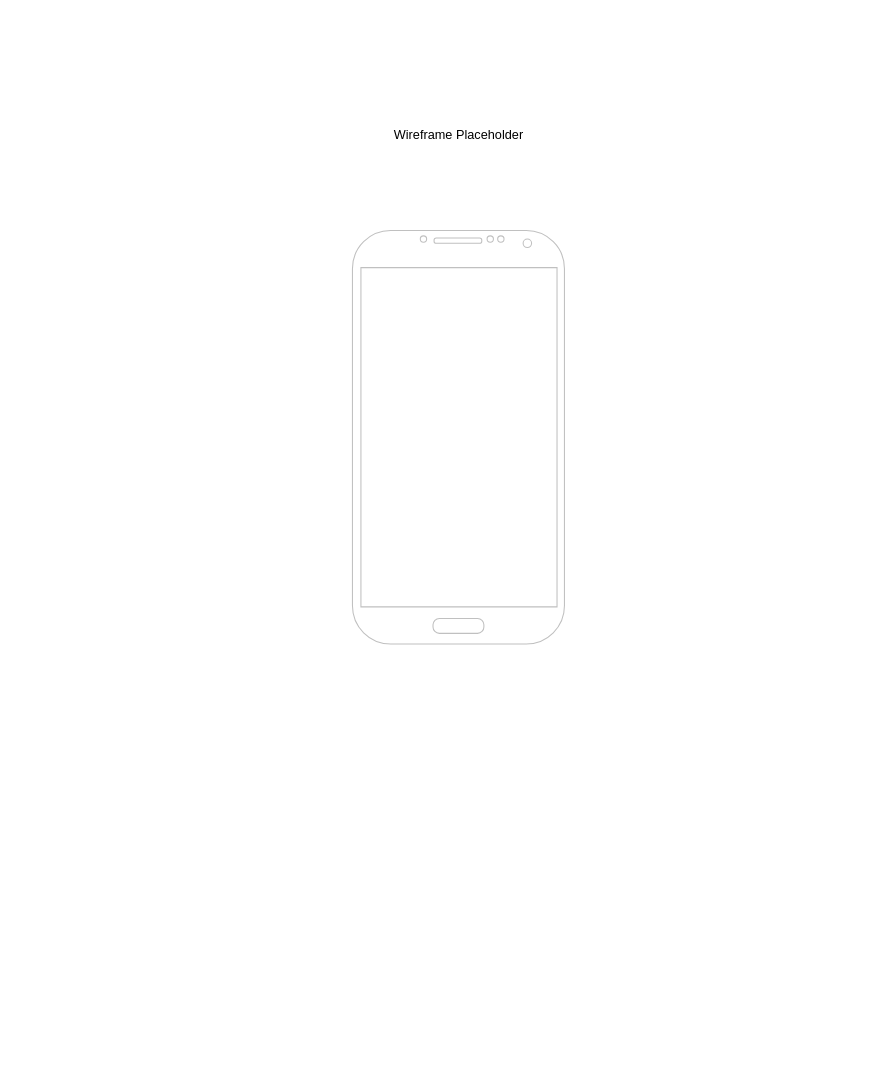
sound-doodle/sound-doodle.github.io keeps this draw.io diagram as docs/work/wireframe.drawio. Above is the earlier version. Source tidied: cells renumbered, new cells numbered last; positions are measured from the earlier drawing's top-left corner, leaving out a move shared by most shapes. Both pictures are drawn from the tidied source at 106%, with x=0, y=0 at pixel (352, 124).
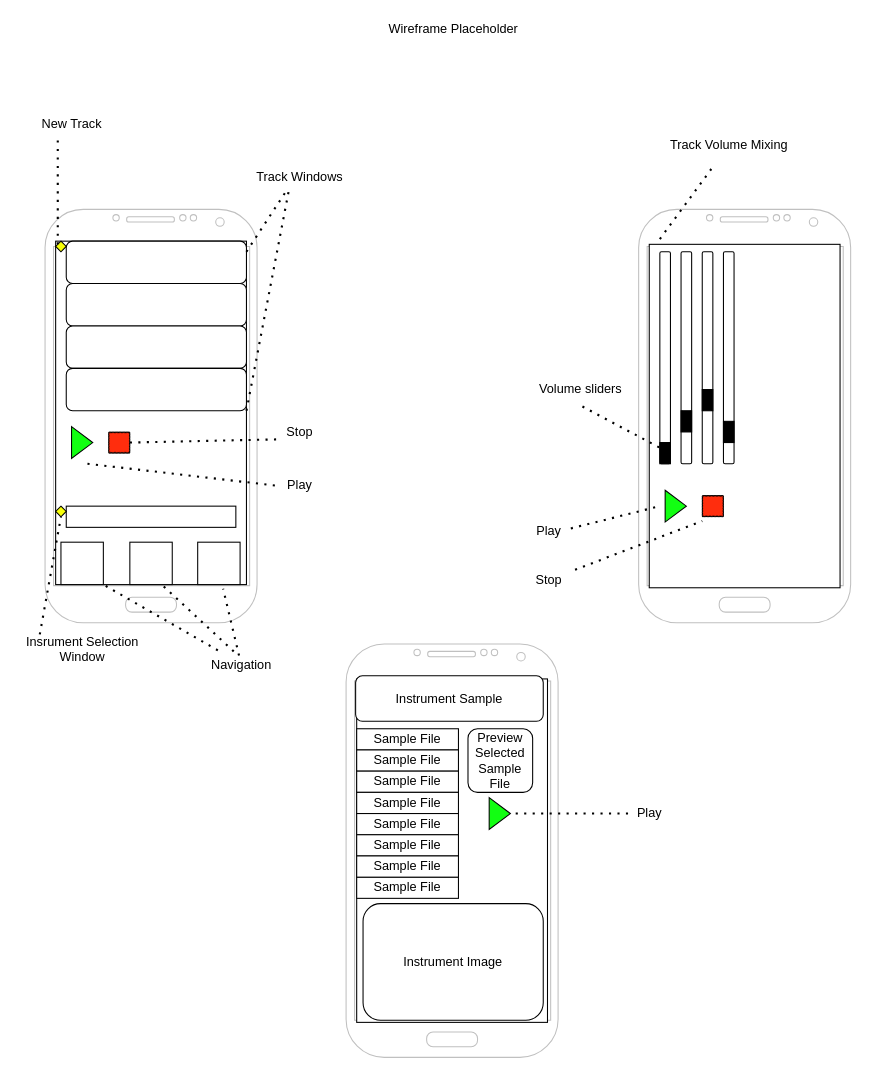
The same diagram, later.

Commit message (it also covers changes not shown here):
Updated wireframe, png, and pdf. Updated wireframe links.

What changed in the source:
```diff
@@
     <mxCell id="2" style="verticalLabelPosition=bottom;verticalAlign=top;html=1;shadow=0;dashed=0;strokeWidth=1;shape=mxgraph.android.phone2;strokeColor=#c0c0c0;" parent="1" vertex="1">
-      <mxGeometry y="100" width="200" height="390" as="geometry" />
+      <mxGeometry x="-290" y="80" width="200" height="390" as="geometry" />
     </mxCell>
     <mxCell id="3" value="Wireframe Placeholder" style="text;html=1;align=center;verticalAlign=middle;strokeColor=none;" parent="1" vertex="1">
-      <mxGeometry x="30" width="140" height="20" as="geometry" />
+      <mxGeometry x="25" y="-100" width="140" height="20" as="geometry" />
     </mxCell>
+    <mxCell id="4" style="verticalLabelPosition=bottom;verticalAlign=top;html=1;shadow=0;dashed=0;strokeWidth=1;shape=mxgraph.android.phone2;strokeColor=#c0c0c0;" parent="1" vertex="1">
+      <mxGeometry x="270" y="80" width="200" height="390" as="geometry" />
+    </mxCell>
+    <mxCell id="5" style="rounded=0;whiteSpace=wrap;html=1;" parent="1" vertex="1">
+      <mxGeometry x="-280" y="110" width="180" height="324" as="geometry" />
+    </mxCell>
+    <mxCell id="6" style="rounded=0;whiteSpace=wrap;html=1;" parent="1" vertex="1">
+      <mxGeometry x="280" y="113" width="180" height="324" as="geometry" />
+    </mxCell>
+    <mxCell id="7" style="rounded=1;whiteSpace=wrap;html=1;" parent="1" vertex="1">
+      <mxGeometry x="-270" y="110" width="170" height="40" as="geometry" />
+    </mxCell>
+    <mxCell id="8" style="rounded=1;whiteSpace=wrap;html=1;" parent="1" vertex="1">
+      <mxGeometry x="-270" y="150" width="170" height="40" as="geometry" />
+    </mxCell>
+    <mxCell id="9" style="rounded=1;whiteSpace=wrap;html=1;" parent="1" vertex="1">
+      <mxGeometry x="-270" y="190" width="170" height="40" as="geometry" />
+    </mxCell>
+    <mxCell id="10" style="rounded=1;whiteSpace=wrap;html=1;" parent="1" vertex="1">
+      <mxGeometry x="-270" y="230" width="170" height="40" as="geometry" />
+    </mxCell>
+    <mxCell id="11" style="rhombus;whiteSpace=wrap;html=1;fillColor=#F7FF08;" parent="1" vertex="1">
+      <mxGeometry x="-280" y="110" width="10" height="10" as="geometry" />
+    </mxCell>
+    <mxCell id="12" style="verticalLabelPosition=bottom;verticalAlign=top;html=1;shape=mxgraph.basic.acute_triangle;dx=0.5;fillColor=#12FF12;rotation=90;" parent="1" vertex="1">
+      <mxGeometry x="-270" y="290" width="30" height="20" as="geometry" />
+    </mxCell>
+    <mxCell id="13" style="whiteSpace=wrap;html=1;shape=mxgraph.basic.cloud_rect;fillColor=#FF2D0D;" parent="1" vertex="1">
+      <mxGeometry x="-230" y="290" width="20" height="20" as="geometry" />
+    </mxCell>
+    <mxCell id="14" style="rounded=0;whiteSpace=wrap;html=1;fillColor=#FFFFFF;" parent="1" vertex="1">
+      <mxGeometry x="-270" y="360" width="160" height="20" as="geometry" />
+    </mxCell>
+    <mxCell id="15" style="whiteSpace=wrap;html=1;fillColor=#FFFFFF;" parent="1" vertex="1">
+      <mxGeometry x="-275" y="394" width="40" height="40" as="geometry" />
+    </mxCell>
+    <mxCell id="16" style="whiteSpace=wrap;html=1;fillColor=#FFFFFF;" parent="1" vertex="1">
+      <mxGeometry x="-146" y="394" width="40" height="40" as="geometry" />
+    </mxCell>
+    <mxCell id="17" style="whiteSpace=wrap;html=1;fillColor=#FFFFFF;" parent="1" vertex="1">
+      <mxGeometry x="-210" y="394" width="40" height="40" as="geometry" />
+    </mxCell>
+    <mxCell id="18" value="New Track" style="text;html=1;align=center;verticalAlign=middle;strokeColor=none;" parent="1" vertex="1">
+      <mxGeometry x="-300" y="-10" width="70" height="20" as="geometry" />
+    </mxCell>
+    <mxCell id="19" value="Track Windows" style="text;html=1;align=center;verticalAlign=middle;points=[];strokeColor=none;" parent="1" vertex="1">
+      <mxGeometry x="-100" y="40" width="100" height="20" as="geometry" />
+    </mxCell>
+    <mxCell id="20" value="Play" style="text;html=1;align=center;verticalAlign=middle;points=[];strokeColor=none;" parent="1" vertex="1">
+      <mxGeometry x="-70" y="330" width="40" height="20" as="geometry" />
+    </mxCell>
+    <mxCell id="21" value="Stop" style="text;html=1;align=center;verticalAlign=middle;points=[];strokeColor=none;" parent="1" vertex="1">
+      <mxGeometry x="-70" y="280" width="40" height="20" as="geometry" />
+    </mxCell>
+    <mxCell id="22" style="endArrow=none;dashed=1;html=1;dashPattern=1 3;strokeWidth=2;entryX=-0.025;entryY=0.85;entryDx=0;entryDy=0;entryPerimeter=0;" parent="1" edge="1" target="21">
+      <mxGeometry relative="1" as="geometry">
+        <mxPoint x="-210" y="300" as="sourcePoint" />
+      </mxGeometry>
+    </mxCell>
+    <mxCell id="23" style="endArrow=none;dashed=1;html=1;dashPattern=1 3;strokeWidth=2;entryX=0.025;entryY=0.55;entryDx=0;entryDy=0;entryPerimeter=0;" parent="1" edge="1" target="20">
+      <mxGeometry relative="1" as="geometry">
+        <mxPoint x="-250" y="320" as="sourcePoint" />
+      </mxGeometry>
+    </mxCell>
+    <mxCell id="24" style="rhombus;whiteSpace=wrap;html=1;fillColor=#F7FF08;" parent="1" vertex="1">
+      <mxGeometry x="-280" y="360" width="10" height="10" as="geometry" />
+    </mxCell>
+    <mxCell id="25" value="Insrument Selection&lt;br&gt;Window" style="text;html=1;align=center;verticalAlign=middle;points=[];strokeColor=none;" parent="1" vertex="1">
+      <mxGeometry x="-315" y="480" width="120" height="30" as="geometry" />
+    </mxCell>
+    <mxCell id="26" style="endArrow=none;dashed=1;html=1;dashPattern=1 3;strokeWidth=2;exitX=0.167;exitY=0.033;exitDx=0;exitDy=0;exitPerimeter=0;" parent="1" edge="1" source="25">
+      <mxGeometry relative="1" as="geometry">
+        <mxPoint x="-275" y="370" as="targetPoint" />
+      </mxGeometry>
+    </mxCell>
+    <mxCell id="27" value="Navigation" style="text;html=1;align=center;verticalAlign=middle;points=[];strokeColor=none;" parent="1" vertex="1">
+      <mxGeometry x="-140" y="500" width="70" height="20" as="geometry" />
+    </mxCell>
+    <mxCell id="28" style="endArrow=none;dashed=1;html=1;dashPattern=1 3;strokeWidth=2;entryX=0.25;entryY=1;entryDx=0;entryDy=0;exitX=0.186;exitY=-0.2;exitDx=0;exitDy=0;exitPerimeter=0;" parent="1" edge="1" source="27" target="5">
+      <mxGeometry relative="1" as="geometry" />
+    </mxCell>
+    <mxCell id="29" style="endArrow=none;dashed=1;html=1;dashPattern=1 3;strokeWidth=2;entryX=0.75;entryY=1;entryDx=0;entryDy=0;exitX=0.4;exitY=-0.15;exitDx=0;exitDy=0;exitPerimeter=0;" parent="1" edge="1" source="27" target="17">
+      <mxGeometry relative="1" as="geometry" />
+    </mxCell>
+    <mxCell id="30" style="endArrow=none;dashed=1;html=1;dashPattern=1 3;strokeWidth=2;entryX=0.84;entryY=0.918;entryDx=0;entryDy=0;exitX=0.186;exitY=-0.2;exitDx=0;exitDy=0;exitPerimeter=0;entryPerimeter=0;" parent="1" edge="1" target="2">
+      <mxGeometry relative="1" as="geometry">
+        <mxPoint x="-107" y="501" as="sourcePoint" />
+      </mxGeometry>
+    </mxCell>
+    <mxCell id="31" style="endArrow=none;dashed=1;html=1;dashPattern=1 3;strokeWidth=2;exitX=0.167;exitY=0.033;exitDx=0;exitDy=0;exitPerimeter=0;" parent="1" edge="1">
+      <mxGeometry relative="1" as="geometry">
+        <mxPoint x="-100" y="270" as="sourcePoint" />
+        <mxPoint x="-60" y="62" as="targetPoint" />
+      </mxGeometry>
+    </mxCell>
+    <mxCell id="32" style="endArrow=none;dashed=1;html=1;dashPattern=1 3;strokeWidth=2;exitX=1;exitY=0.25;exitDx=0;exitDy=0;entryX=0.38;entryY=1.1;entryDx=0;entryDy=0;entryPerimeter=0;" parent="1" edge="1" source="7" target="19">
+      <mxGeometry relative="1" as="geometry" />
+    </mxCell>
+    <mxCell id="33" style="endArrow=none;dashed=1;html=1;dashPattern=1 3;strokeWidth=2;exitX=1;exitY=0.25;exitDx=0;exitDy=0;" parent="1" edge="1">
+      <mxGeometry relative="1" as="geometry">
+        <mxPoint x="-278" y="113" as="sourcePoint" />
+        <mxPoint x="-278" y="15" as="targetPoint" />
+      </mxGeometry>
+    </mxCell>
+    <mxCell id="34" style="rounded=1;whiteSpace=wrap;html=1;fillColor=#FFFFFF;" parent="1" vertex="1">
+      <mxGeometry x="290" y="120" width="10" height="200" as="geometry" />
+    </mxCell>
+    <mxCell id="35" style="rounded=1;whiteSpace=wrap;html=1;fillColor=#FFFFFF;" parent="1" vertex="1">
+      <mxGeometry x="310" y="120" width="10" height="200" as="geometry" />
+    </mxCell>
+    <mxCell id="36" style="rounded=1;whiteSpace=wrap;html=1;fillColor=#FFFFFF;" parent="1" vertex="1">
+      <mxGeometry x="330" y="120" width="10" height="200" as="geometry" />
+    </mxCell>
+    <mxCell id="37" style="rounded=1;whiteSpace=wrap;html=1;fillColor=#FFFFFF;" parent="1" vertex="1">
+      <mxGeometry x="350" y="120" width="10" height="200" as="geometry" />
+    </mxCell>
+    <mxCell id="38" value="Track Volume Mixing" style="text;html=1;align=center;verticalAlign=middle;strokeColor=none;" parent="1" vertex="1">
+      <mxGeometry x="290" y="10" width="130" height="20" as="geometry" />
+    </mxCell>
+    <mxCell id="39" style="endArrow=none;dashed=1;html=1;dashPattern=1 3;strokeWidth=2;exitX=1;exitY=0.25;exitDx=0;exitDy=0;" parent="1" edge="1">
+      <mxGeometry relative="1" as="geometry">
+        <mxPoint x="290" y="108" as="sourcePoint" />
+        <mxPoint x="340" y="40" as="targetPoint" />
+      </mxGeometry>
+    </mxCell>
+    <mxCell id="40" style="shape=process;whiteSpace=wrap;html=1;backgroundOutline=1;fillColor=#000000;" parent="1" vertex="1">
+      <mxGeometry x="290" y="300" width="10" height="20" as="geometry" />
+    </mxCell>
+    <mxCell id="41" style="shape=process;whiteSpace=wrap;html=1;backgroundOutline=1;fillColor=#000000;" parent="1" vertex="1">
+      <mxGeometry x="310" y="270" width="10" height="20" as="geometry" />
+    </mxCell>
+    <mxCell id="42" style="shape=process;whiteSpace=wrap;html=1;backgroundOutline=1;fillColor=#000000;" parent="1" vertex="1">
+      <mxGeometry x="350" y="280" width="10" height="20" as="geometry" />
+    </mxCell>
+    <mxCell id="43" style="shape=process;whiteSpace=wrap;html=1;backgroundOutline=1;fillColor=#000000;" parent="1" vertex="1">
+      <mxGeometry x="330" y="250" width="10" height="20" as="geometry" />
+    </mxCell>
+    <mxCell id="44" value="Volume sliders" style="text;html=1;align=center;verticalAlign=middle;points=[];strokeColor=none;" parent="1" vertex="1">
+      <mxGeometry x="170" y="240" width="90" height="20" as="geometry" />
+    </mxCell>
+    <mxCell id="45" style="endArrow=none;dashed=1;html=1;dashPattern=1 3;strokeWidth=2;exitX=0.522;exitY=1.3;exitDx=0;exitDy=0;exitPerimeter=0;entryX=0.2;entryY=0.93;entryDx=0;entryDy=0;entryPerimeter=0;" parent="1" edge="1" source="44" target="34">
+      <mxGeometry relative="1" as="geometry" />
+    </mxCell>
+    <mxCell id="46" style="verticalLabelPosition=bottom;verticalAlign=top;html=1;shadow=0;dashed=0;strokeWidth=1;shape=mxgraph.android.phone2;strokeColor=#c0c0c0;" parent="1" vertex="1">
+      <mxGeometry x="-6" y="490" width="200" height="390" as="geometry" />
+    </mxCell>
+    <mxCell id="47" style="rounded=0;whiteSpace=wrap;html=1;" parent="1" vertex="1">
+      <mxGeometry x="4" y="523" width="180" height="324" as="geometry" />
+    </mxCell>
+    <mxCell id="48" value="Sample File" style="rounded=0;whiteSpace=wrap;html=1;fillColor=#FFFFFF;" parent="1" vertex="1">
+      <mxGeometry x="4" y="710" width="96" height="20" as="geometry" />
+    </mxCell>
+    <mxCell id="49" value="Sample File" style="rounded=0;whiteSpace=wrap;html=1;fillColor=#FFFFFF;" parent="1" vertex="1">
+      <mxGeometry x="4" y="570" width="96" height="20" as="geometry" />
+    </mxCell>
+    <mxCell id="50" value="Sample File" style="rounded=0;whiteSpace=wrap;html=1;fillColor=#FFFFFF;" parent="1" vertex="1">
+      <mxGeometry x="4" y="590" width="96" height="20" as="geometry" />
+    </mxCell>
+    <mxCell id="51" value="Sample File" style="rounded=0;whiteSpace=wrap;html=1;fillColor=#FFFFFF;" parent="1" vertex="1">
+      <mxGeometry x="4" y="610" width="96" height="20" as="geometry" />
+    </mxCell>
+    <mxCell id="52" value="Sample File" style="rounded=0;whiteSpace=wrap;html=1;fillColor=#FFFFFF;" parent="1" vertex="1">
+      <mxGeometry x="4" y="630" width="96" height="20" as="geometry" />
+    </mxCell>
+    <mxCell id="53" value="Sample File" style="rounded=0;whiteSpace=wrap;html=1;fillColor=#FFFFFF;" parent="1" vertex="1">
+      <mxGeometry x="4" y="650" width="96" height="20" as="geometry" />
+    </mxCell>
+    <mxCell id="54" value="Sample File" style="rounded=0;whiteSpace=wrap;html=1;fillColor=#FFFFFF;" parent="1" vertex="1">
+      <mxGeometry x="4" y="670" width="96" height="20" as="geometry" />
+    </mxCell>
+    <mxCell id="55" value="Sample File" style="rounded=0;whiteSpace=wrap;html=1;fillColor=#FFFFFF;" parent="1" vertex="1">
+      <mxGeometry x="4" y="690" width="96" height="20" as="geometry" />
+    </mxCell>
+    <mxCell id="56" value="Instrument Sample" style="rounded=1;whiteSpace=wrap;html=1;fillColor=#FFFFFF;" parent="1" vertex="1">
+      <mxGeometry x="3" y="520" width="177" height="43" as="geometry" />
+    </mxCell>
+    <mxCell id="57" value="Instrument Image" style="rounded=1;whiteSpace=wrap;html=1;fillColor=#FFFFFF;" parent="1" vertex="1">
+      <mxGeometry x="10" y="735" width="170" height="110" as="geometry" />
+    </mxCell>
+    <mxCell id="58" value="Preview&lt;br&gt;Selected&lt;br&gt;Sample&lt;br&gt;File" style="rounded=1;whiteSpace=wrap;html=1;fillColor=#FFFFFF;" parent="1" vertex="1">
+      <mxGeometry x="109" y="570" width="61" height="60" as="geometry" />
+    </mxCell>
+    <mxCell id="59" style="verticalLabelPosition=bottom;verticalAlign=top;html=1;shape=mxgraph.basic.acute_triangle;dx=0.5;fillColor=#12FF12;rotation=90;" parent="1" vertex="1">
+      <mxGeometry x="124" y="640" width="30" height="20" as="geometry" />
+    </mxCell>
+    <mxCell id="60" style="verticalLabelPosition=bottom;verticalAlign=top;html=1;shape=mxgraph.basic.acute_triangle;dx=0.5;fillColor=#12FF12;rotation=90;" parent="1" vertex="1">
+      <mxGeometry x="290" y="350" width="30" height="20" as="geometry" />
+    </mxCell>
+    <mxCell id="61" style="whiteSpace=wrap;html=1;shape=mxgraph.basic.cloud_rect;fillColor=#FF2D0D;" parent="1" vertex="1">
+      <mxGeometry x="330" y="350" width="20" height="20" as="geometry" />
+    </mxCell>
+    <mxCell id="62" value="Play" style="text;html=1;align=center;verticalAlign=middle;points=[];strokeColor=none;" parent="1" vertex="1">
+      <mxGeometry x="260" y="640" width="40" height="20" as="geometry" />
+    </mxCell>
+    <mxCell id="63" style="endArrow=none;dashed=1;html=1;dashPattern=1 3;strokeWidth=2;" parent="1" edge="1" target="62">
+      <mxGeometry relative="1" as="geometry">
+        <mxPoint x="154" y="650" as="sourcePoint" />
+      </mxGeometry>
+    </mxCell>
+    <mxCell id="64" value="Play" style="text;html=1;align=center;verticalAlign=middle;points=[];strokeColor=none;" parent="1" vertex="1">
+      <mxGeometry x="165" y="374" width="40" height="20" as="geometry" />
+    </mxCell>
+    <mxCell id="65" value="Stop" style="text;html=1;align=center;verticalAlign=middle;points=[];strokeColor=none;" parent="1" vertex="1">
+      <mxGeometry x="165" y="420" width="40" height="20" as="geometry" />
+    </mxCell>
+    <mxCell id="66" style="endArrow=none;dashed=1;html=1;dashPattern=1 3;strokeWidth=2;exitX=1.025;exitY=0.35;exitDx=0;exitDy=0;exitPerimeter=0;" parent="1" edge="1" source="64">
+      <mxGeometry relative="1" as="geometry">
+        <mxPoint x="290" y="360" as="targetPoint" />
+      </mxGeometry>
+    </mxCell>
+    <mxCell id="67" style="endArrow=none;dashed=1;html=1;dashPattern=1 3;strokeWidth=2;exitX=1.125;exitY=0;exitDx=0;exitDy=0;exitPerimeter=0;" parent="1" edge="1" source="65">
+      <mxGeometry relative="1" as="geometry">
+        <mxPoint x="330" y="374" as="targetPoint" />
+      </mxGeometry>
+    </mxCell>
```
